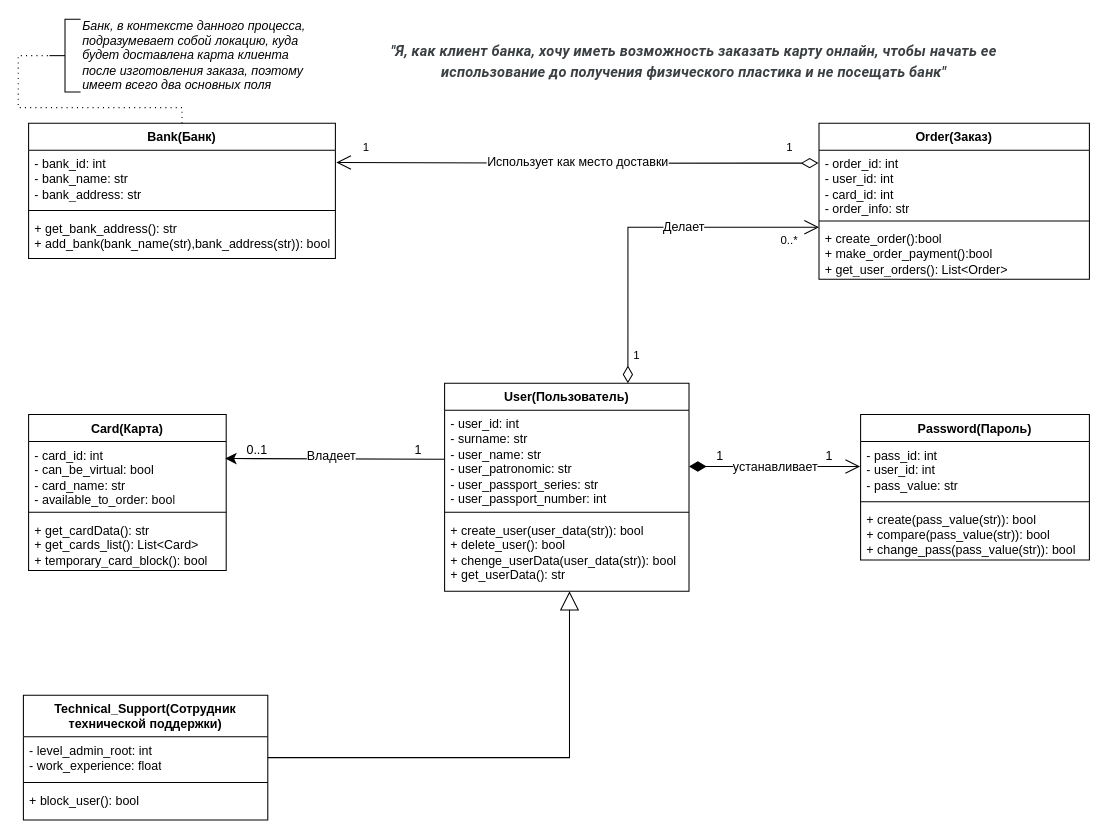
Earlier version of the draw.io diagram ClassDiagramBank.drawio (d8putat/Diagrams). Source tidied: cells renumbered, new cells numbered last; positions are measured from the earlier drawing's top-left corner, leaving out a move shared by most shapes. Both pictures are drawn from the tidied source at 104%, with x=0, y=0 at pixel (23, 19).
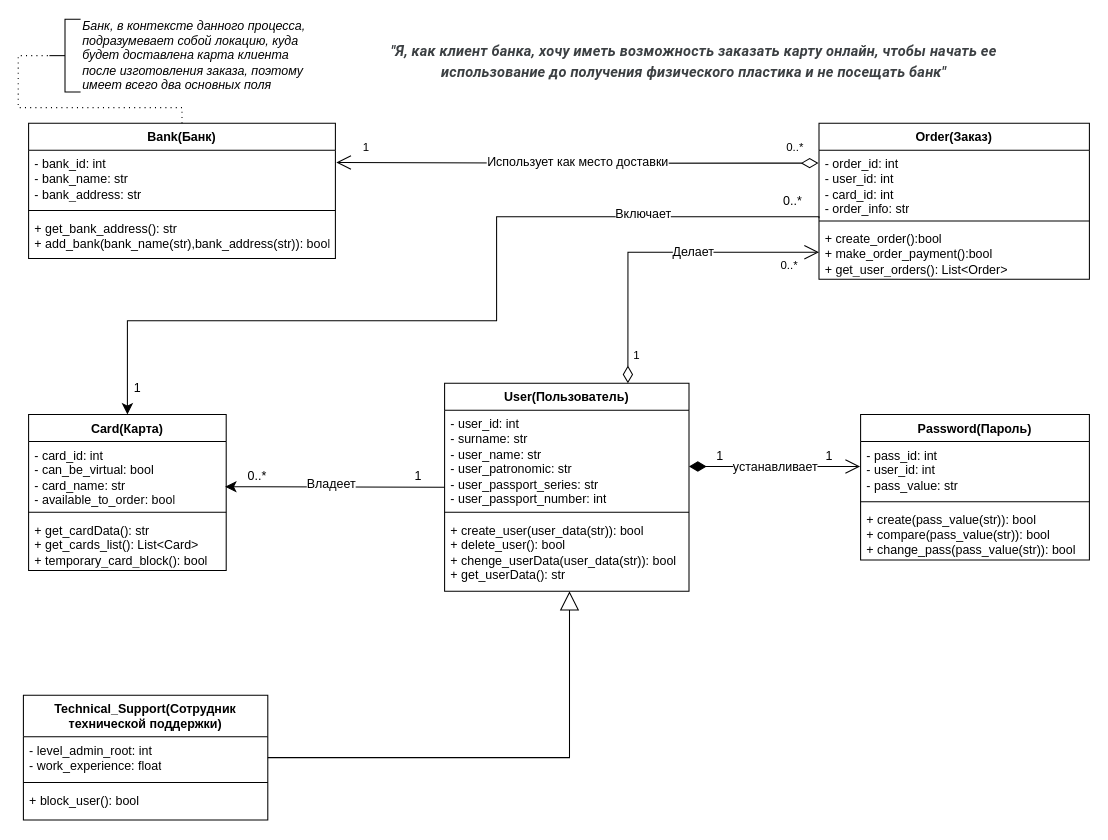
The same diagram, later.

Unchanged cells that the change refers to:
```xml
<mxCell id="7" value="Card(Карта)" style="swimlane;fontStyle=1;align=center;verticalAlign=top;horizontal=1;startSize=26;whiteSpace=wrap;html=1;" parent="1" vertex="1">
  <mxGeometry x="5" y="380" width="190" height="150" as="geometry" />
</mxCell>
<mxCell id="8" value="- card_id: int&lt;div&gt;- can_be_virtual: bool&lt;/div&gt;&lt;div&gt;- card_name: str&lt;/div&gt;&lt;div&gt;- available_to_order: bool&lt;/div&gt;" style="text;strokeColor=none;fillColor=none;align=left;verticalAlign=top;spacingLeft=4;spacingRight=4;overflow=hidden;points=[[0,0.5],[1,0.5]];portConstraint=eastwest;whiteSpace=wrap;html=1;" parent="7" vertex="1">
  <mxGeometry y="26" width="190" height="64" as="geometry" />
</mxCell>
<mxCell id="16" value="- order_id: int&lt;div&gt;- user_id: int&lt;/div&gt;&lt;div&gt;- card_id: int&lt;/div&gt;&lt;div&gt;- order_info: str&lt;/div&gt;" style="text;strokeColor=none;fillColor=none;align=left;verticalAlign=top;spacingLeft=4;spacingRight=4;overflow=hidden;points=[[0,0.5],[1,0.5]];portConstraint=eastwest;whiteSpace=wrap;html=1;" parent="15" vertex="1">
  <mxGeometry y="26" width="260" height="64" as="geometry" />
</mxCell>
<mxCell id="18" value="+ create_order():bool&lt;div&gt;+ make_order_payment():bool&lt;/div&gt;&lt;div&gt;+ get_user_orders(): List&amp;lt;Order&amp;gt;&lt;/div&gt;" style="text;strokeColor=none;fillColor=none;align=left;verticalAlign=top;spacingLeft=4;spacingRight=4;overflow=hidden;points=[[0,0.5],[1,0.5]];portConstraint=eastwest;whiteSpace=wrap;html=1;" parent="15" vertex="1">
  <mxGeometry y="98" width="260" height="52" as="geometry" />
</mxCell>
<mxCell id="23" value="User(Пользователь)" style="swimlane;fontStyle=1;align=center;verticalAlign=top;horizontal=1;startSize=26;whiteSpace=wrap;html=1;" parent="1" vertex="1">
  <mxGeometry x="405" y="350" width="235" height="200" as="geometry" />
</mxCell>
<mxCell id="24" value="- user_id: int&lt;div&gt;- surname: str&lt;/div&gt;&lt;div&gt;- user_name: str&lt;/div&gt;&lt;div&gt;- user_patronomic: str&lt;/div&gt;&lt;div&gt;- user_passport_series: str&lt;/div&gt;&lt;div&gt;- user_passport_number: int&lt;/div&gt;" style="text;strokeColor=none;fillColor=none;align=left;verticalAlign=top;spacingLeft=4;spacingRight=4;overflow=hidden;points=[[0,0.5],[1,0.5]];portConstraint=eastwest;whiteSpace=wrap;html=1;" parent="23" vertex="1">
  <mxGeometry y="26" width="235" height="94" as="geometry" />
</mxCell>
<mxCell id="41" value="Использует как место доставки" style="endArrow=open;html=1;endSize=12;startArrow=diamondThin;startSize=14;startFill=0;edgeStyle=orthogonalEdgeStyle;rounded=0;fontSize=12;exitX=-0.002;exitY=0.193;exitDx=0;exitDy=0;entryX=1.003;entryY=0.216;entryDx=0;entryDy=0;entryPerimeter=0;exitPerimeter=0;" parent="1" edge="1" source="16" target="4">
  <mxGeometry relative="1" as="geometry" />
</mxCell>
```

What changed in the source:
```diff
@@
-    <mxCell id="32" style="edgeStyle=none;curved=1;rounded=0;jettySize=auto;html=1;exitX=0;exitY=0.5;exitDx=0;exitDy=0;entryX=0.995;entryY=0.256;entryDx=0;entryDy=0;entryPerimeter=0;fontSize=12;startSize=8;endSize=8;" parent="1" edge="1" source="24" target="8">
-      <mxGeometry relative="1" as="geometry" />
+    <mxCell id="32" style="edgeStyle=none;curved=1;rounded=0;orthogonalLoop=1;jettySize=auto;html=1;exitX=0;exitY=0.5;exitDx=0;exitDy=0;entryX=0.995;entryY=0.256;entryDx=0;entryDy=0;entryPerimeter=0;fontSize=12;startSize=8;endSize=8;" parent="1" edge="1">
+      <mxGeometry relative="1" as="geometry">
+        <mxPoint x="405" y="450.1" as="sourcePoint" />
+        <mxPoint x="194" y="449.5" as="targetPoint" />
+      </mxGeometry>
     </mxCell>
@@
     <mxCell id="34" value="1" style="text;html=1;align=center;verticalAlign=middle;whiteSpace=wrap;rounded=0;fontSize=12;" parent="1" vertex="1">
-      <mxGeometry x="365" y="410" width="30" height="10" as="geometry" />
+      <mxGeometry x="365" y="435" width="30" height="10" as="geometry" />
     </mxCell>
-    <mxCell id="35" value="0..1" style="text;html=1;align=center;verticalAlign=middle;whiteSpace=wrap;rounded=0;fontSize=12;" parent="1" vertex="1">
-      <mxGeometry x="205" y="405" width="40" height="20" as="geometry" />
+    <mxCell id="35" value="0..*" style="text;html=1;align=center;verticalAlign=middle;whiteSpace=wrap;rounded=0;fontSize=12;" parent="1" vertex="1">
+      <mxGeometry x="205" y="430" width="40" height="20" as="geometry" />
     </mxCell>
@@
-    <mxCell id="38" value="Делает" style="endArrow=open;html=1;endSize=12;startArrow=diamondThin;startSize=14;startFill=0;edgeStyle=orthogonalEdgeStyle;rounded=0;fontSize=12;exitX=0.75;exitY=0;exitDx=0;exitDy=0;entryX=0;entryY=0.038;entryDx=0;entryDy=0;entryPerimeter=0;" parent="1" edge="1" source="23" target="18">
+    <mxCell id="38" value="Делает" style="endArrow=open;html=1;endSize=12;startArrow=diamondThin;startSize=14;startFill=0;edgeStyle=orthogonalEdgeStyle;rounded=0;fontSize=12;exitX=0.75;exitY=0;exitDx=0;exitDy=0;entryX=0;entryY=0.5;entryDx=0;entryDy=0;" parent="1" edge="1" source="23" target="18">
       <mxGeometry x="0.22" relative="1" as="geometry" />
     </mxCell>
@@
-    <mxCell id="42" value="1" style="edgeLabel;html=1;align=left;verticalAlign=top;" parent="41" vertex="1">
+    <mxCell id="42" value="0..*" style="edgeLabel;html=1;align=left;verticalAlign=top;" parent="41" vertex="1">
       <mxGeometry x="-1" relative="1" as="geometry">
         <mxPoint x="-32" y="-28" as="offset" />
       </mxGeometry>
     </mxCell>
@@
+    <mxCell id="44" style="edgeStyle=orthogonalEdgeStyle;rounded=0;jettySize=auto;html=1;exitX=0;exitY=1.022;exitDx=0;exitDy=0;entryX=0.5;entryY=0;entryDx=0;entryDy=0;fontSize=12;startSize=8;endSize=8;exitPerimeter=0;" parent="1" edge="1" source="16" target="7">
+      <mxGeometry relative="1" as="geometry">
+        <Array as="points">
+          <mxPoint x="765" y="190" />
+          <mxPoint x="455" y="190" />
+          <mxPoint x="455" y="290" />
+          <mxPoint x="100" y="290" />
+        </Array>
+      </mxGeometry>
+    </mxCell>
+    <mxCell id="45" value="Включает" style="edgeLabel;html=1;align=center;verticalAlign=middle;fontSize=12;" parent="44" vertex="1">
+      <mxGeometry x="-0.07" y="-3" relative="1" as="geometry">
+        <mxPoint x="143" y="-89" as="offset" />
+      </mxGeometry>
+    </mxCell>
+    <mxCell id="46" value="0..*" style="text;html=1;align=center;verticalAlign=middle;whiteSpace=wrap;rounded=0;fontSize=12;" parent="1" vertex="1">
+      <mxGeometry x="725" y="170" width="30" height="10" as="geometry" />
+    </mxCell>
+    <mxCell id="47" value="1" style="text;html=1;align=center;verticalAlign=middle;whiteSpace=wrap;rounded=0;fontSize=12;" parent="1" vertex="1">
+      <mxGeometry x="95" y="350" width="30" height="10" as="geometry" />
+    </mxCell>
```
